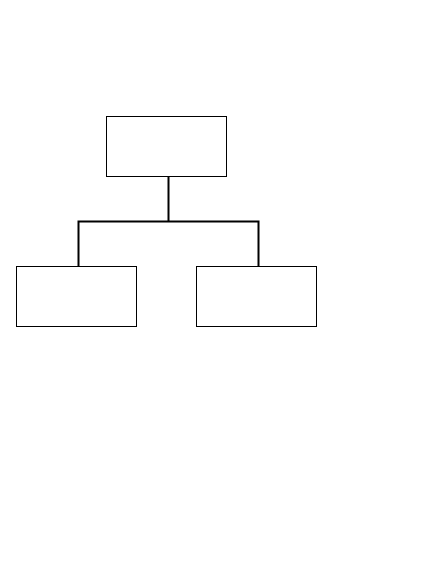
Earlier version of the draw.io diagram Диаграмма без названия.drawio (Purpursarkans/diagrams). Source tidied: cells renumbered, new cells numbered last; positions are measured from the earlier drawing's top-left corner, leaving out a move shared by most shapes. Both pictures are drawn from the tidied source at 100%, with x=0, y=0 at pixel (16, 116).
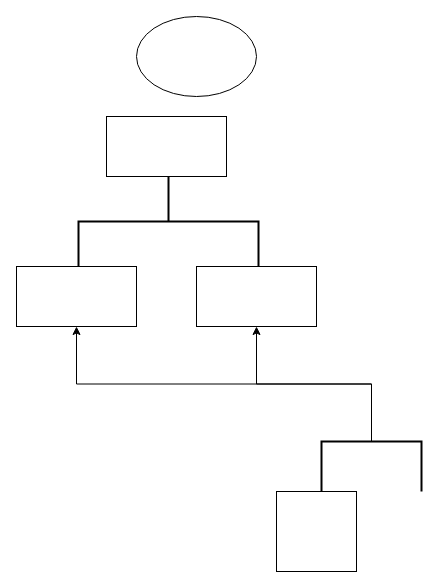
Above is the later version.

The edit, as a diff of the source:
```diff
@@
 <mxGraphModel>
   <root>
     <mxCell id="0" />
     <mxCell id="1" parent="0" />
     <mxCell id="2" style="rounded=0;whiteSpace=wrap;html=1;" parent="1" vertex="1">
       <mxGeometry x="90" width="120" height="60" as="geometry" />
     </mxCell>
     <mxCell id="3" style="rounded=0;whiteSpace=wrap;html=1;" parent="1" vertex="1">
       <mxGeometry x="180" y="150" width="120" height="60" as="geometry" />
     </mxCell>
     <mxCell id="4" style="strokeWidth=2;html=1;shape=mxgraph.flowchart.annotation_2;align=left;labelPosition=right;rotation=90;" parent="1" vertex="1">
       <mxGeometry x="107" y="15" width="90" height="180" as="geometry" />
     </mxCell>
     <mxCell id="5" style="rounded=0;whiteSpace=wrap;html=1;" parent="1" vertex="1">
       <mxGeometry y="150" width="120" height="60" as="geometry" />
     </mxCell>
+    <mxCell id="6" style="edgeStyle=orthogonalEdgeStyle;rounded=0;jettySize=auto;html=1;exitX=0;exitY=0.5;exitDx=0;exitDy=0;exitPerimeter=0;" parent="1" edge="1" source="8" target="3">
+      <mxGeometry relative="1" as="geometry" />
+    </mxCell>
+    <mxCell id="7" style="edgeStyle=orthogonalEdgeStyle;rounded=0;jettySize=auto;html=1;exitX=0;exitY=0.5;exitDx=0;exitDy=0;exitPerimeter=0;entryX=0.5;entryY=1;entryDx=0;entryDy=0;" parent="1" edge="1" source="8" target="5">
+      <mxGeometry relative="1" as="geometry" />
+    </mxCell>
+    <mxCell id="8" style="strokeWidth=2;html=1;shape=mxgraph.flowchart.annotation_1;align=left;rotation=90;" parent="1" vertex="1">
+      <mxGeometry x="330" y="300" width="50" height="100" as="geometry" />
+    </mxCell>
+    <mxCell id="9" style="whiteSpace=wrap;html=1;" parent="1" vertex="1">
+      <mxGeometry x="260" y="375" width="80" height="80" as="geometry" />
+    </mxCell>
+    <mxCell id="10" style="ellipse;whiteSpace=wrap;html=1;" parent="1" vertex="1">
+      <mxGeometry x="120" y="-100" width="120" height="80" as="geometry" />
+    </mxCell>
   </root>
 </mxGraphModel>
```
